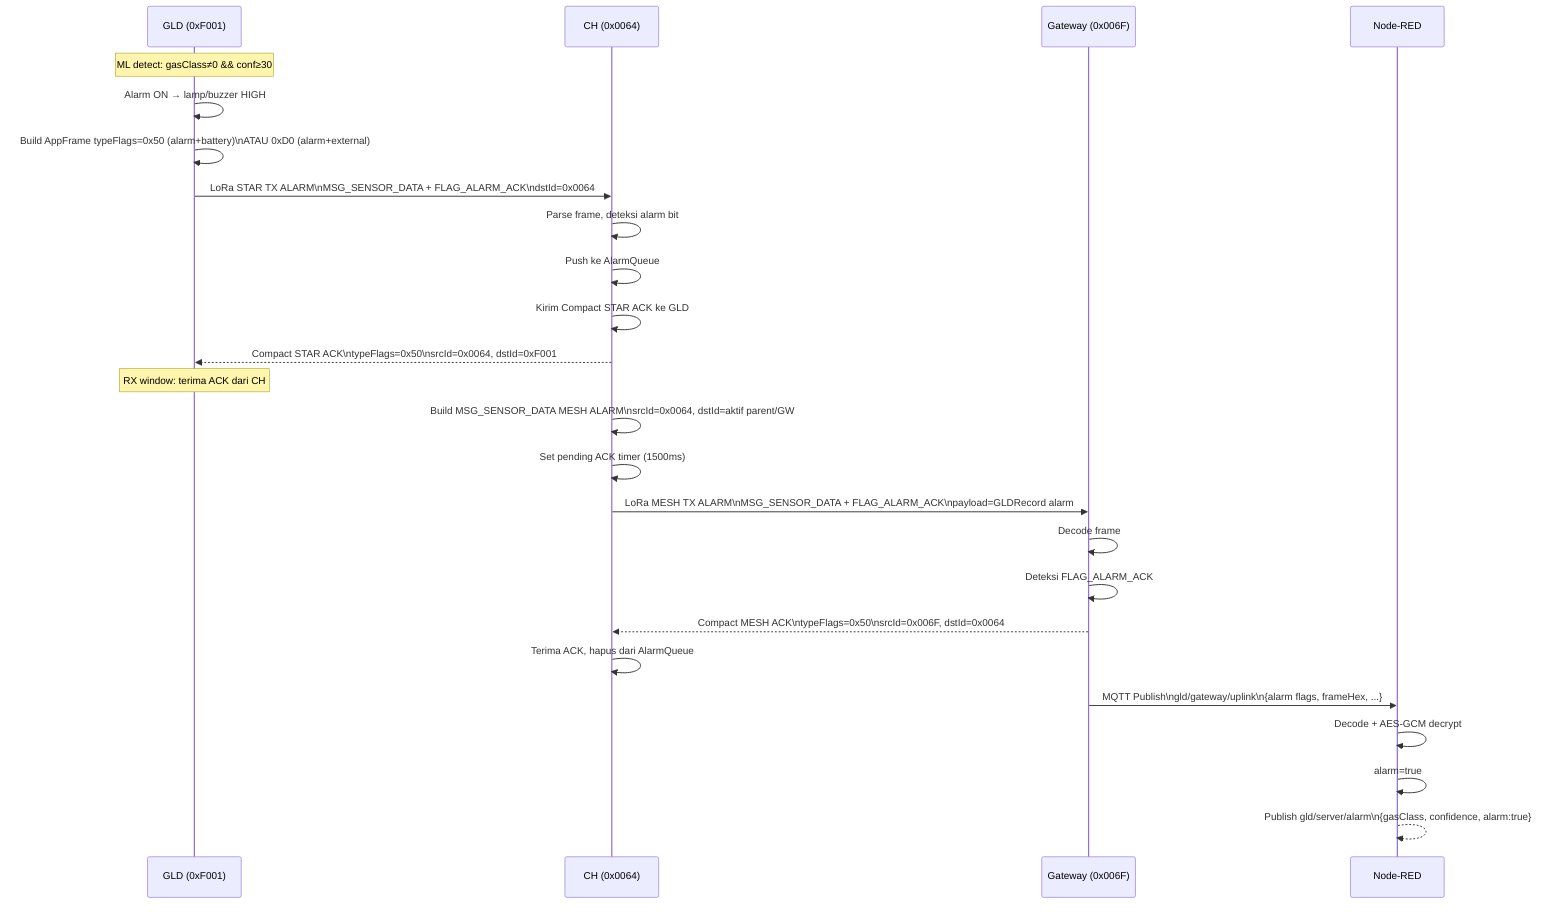
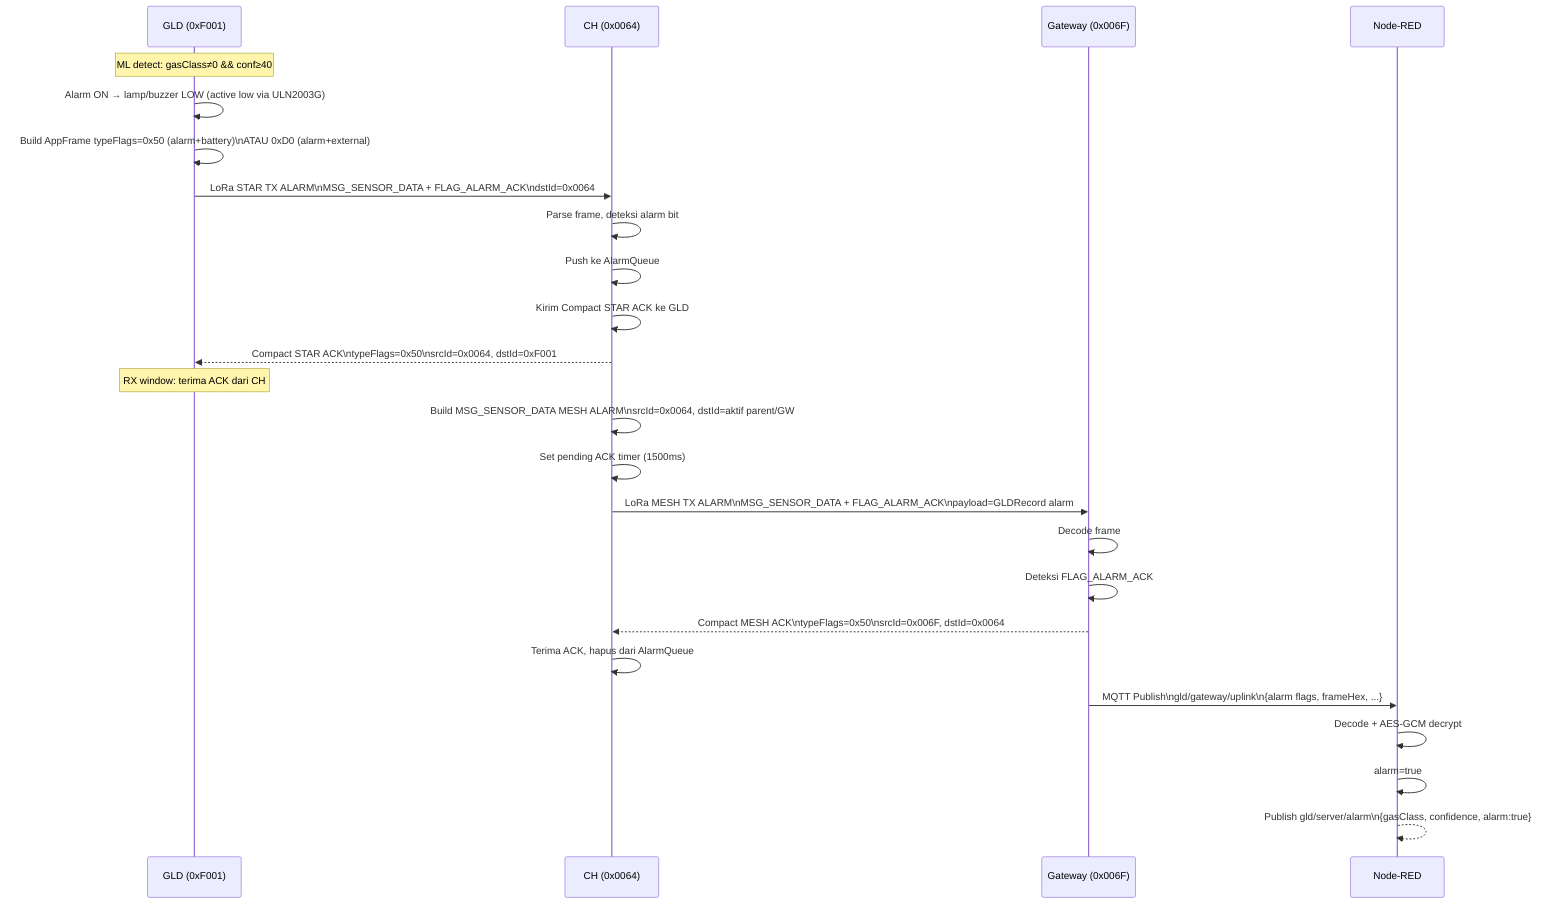
sequenceDiagram
    participant GLD as GLD (0xF001)
    participant CH as CH (0x0064)
    participant GW as Gateway (0x006F)
    participant NR as Node-RED

-     Note over GLD: ML detect: gasClass≠0 && conf≥30
+     Note over GLD: ML detect: gasClass≠0 && conf≥40

-     GLD->>GLD: Alarm ON → lamp/buzzer HIGH
+     GLD->>GLD: Alarm ON → lamp/buzzer LOW (active low via ULN2003G)
    GLD->>GLD: Build AppFrame typeFlags=0x50 (alarm+battery)\nATAU 0xD0 (alarm+external)

    GLD->>CH: LoRa STAR TX ALARM\nMSG_SENSOR_DATA + FLAG_ALARM_ACK\ndstId=0x0064

    CH->>CH: Parse frame, deteksi alarm bit
    CH->>CH: Push ke AlarmQueue
    CH->>CH: Kirim Compact STAR ACK ke GLD

    CH-->>GLD: Compact STAR ACK\ntypeFlags=0x50\nsrcId=0x0064, dstId=0xF001

    Note over GLD: RX window: terima ACK dari CH

    CH->>CH: Build MSG_SENSOR_DATA MESH ALARM\nsrcId=0x0064, dstId=aktif parent/GW
    CH->>CH: Set pending ACK timer (1500ms)

    CH->>GW: LoRa MESH TX ALARM\nMSG_SENSOR_DATA + FLAG_ALARM_ACK\npayload=GLDRecord alarm

    GW->>GW: Decode frame
    GW->>GW: Deteksi FLAG_ALARM_ACK

    GW-->>CH: Compact MESH ACK\ntypeFlags=0x50\nsrcId=0x006F, dstId=0x0064

    CH->>CH: Terima ACK, hapus dari AlarmQueue

    GW->>NR: MQTT Publish\ngld/gateway/uplink\n{alarm flags, frameHex, ...}

    NR->>NR: Decode + AES-GCM decrypt
    NR->>NR: alarm=true

    NR-->>NR: Publish gld/server/alarm\n{gasClass, confidence, alarm:true}